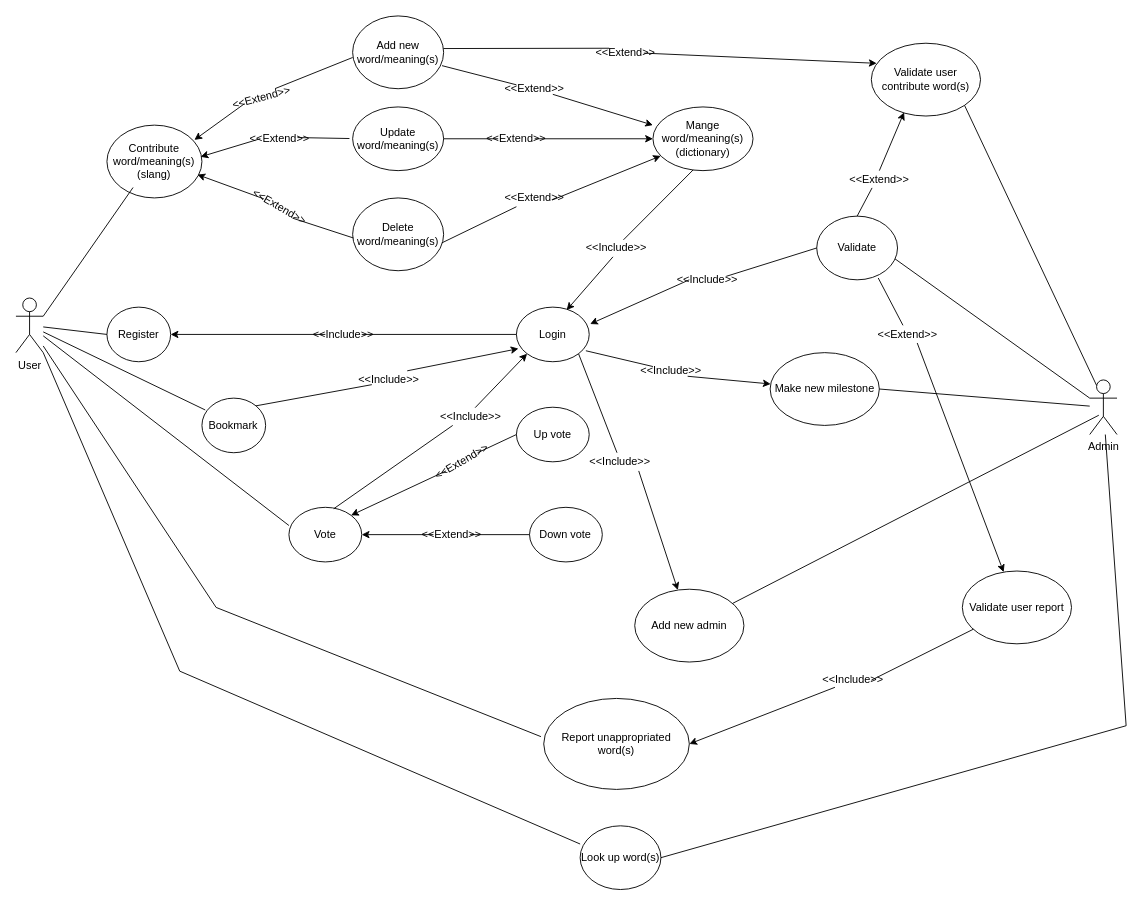
Before: documents/Diagram/use_case.drawio in anhquan99/khong_biet_dictionary_server, a draw.io diagram. Source tidied: cells renumbered, new cells numbered last; positions are measured from the earlier drawing's top-left corner, leaving out a move shared by most shapes. Both pictures are drawn from the tidied source at 91%, with x=0, y=0 at pixel (15, 15).
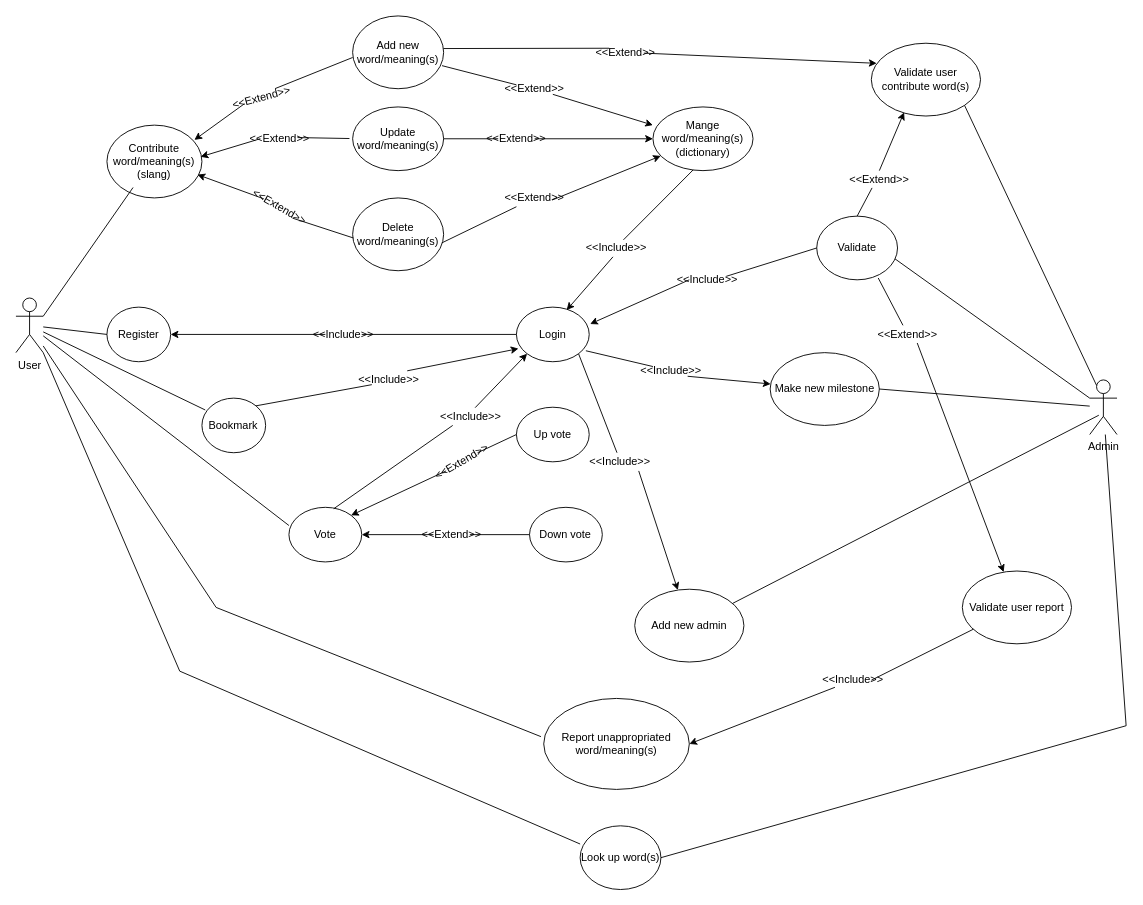
Above is the later version.

What changed in the source:
```diff
@@
-    <mxCell id="7" value="Report&amp;nbsp;unappropriated word(s)" style="ellipse;whiteSpace=wrap;html=1;" parent="1" vertex="1">
+    <mxCell id="7" value="Report&amp;nbsp;unappropriated word/meaning(s)" style="ellipse;whiteSpace=wrap;html=1;" parent="1" vertex="1">
       <mxGeometry x="580" y="750" width="160" height="100" as="geometry" />
     </mxCell>
```
